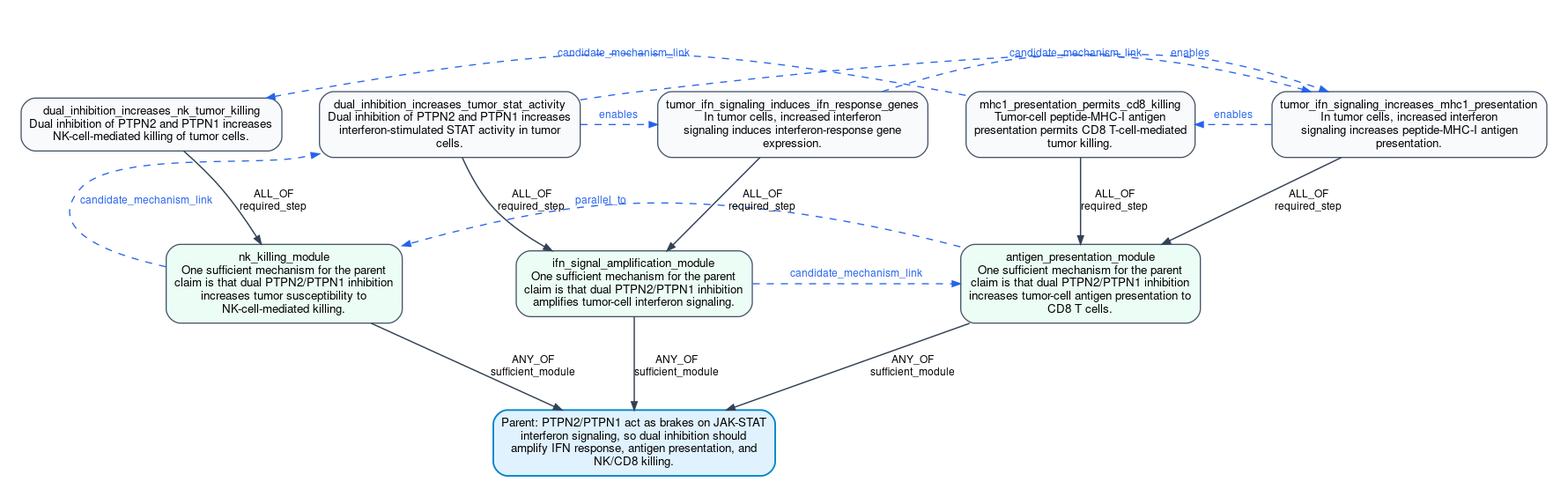
Before: assets/claim_dags/step0_live_ptpn2_ptpn1_ifn_killing.png, a diagram exported from Graphviz (eliannaqk/bioKG). Its source is kept beside it as assets/claim_dags/step0_live_ptpn2_ptpn1_ifn_killing.dot.
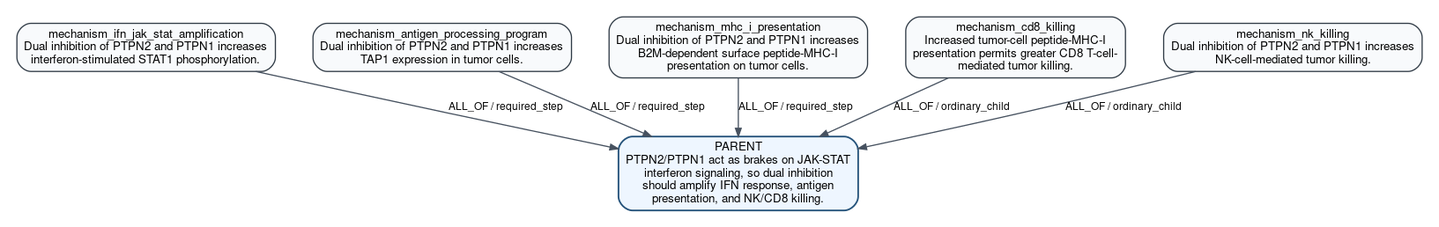
After the commit.

The edit, as a diff of the source:
```diff
@@ -1,66 +1,16 @@
 digraph G {
-  graph [rankdir=TB, bgcolor="white", pad="0.25", nodesep="0.45", ranksep="0.75", splines=true];
-  node [shape=box, style="rounded,filled", fontname="Helvetica", fontsize=10, margin="0.10,0.08", color="#475569", fillcolor="#f8fafc"];
-  edge [fontname="Helvetica", fontsize=9, color="#334155", arrowsize=0.7];
-  P [label="Parent: PTPN2/PTPN1 act as brakes on JAK-STAT
-interferon signaling, so dual inhibition should
-amplify IFN response, antigen presentation, and
-NK/CD8 killing.", fillcolor="#e0f2fe", color="#0284c7", penwidth=1.4];
-  N1 [label="ifn_signal_amplification_module
-One sufficient mechanism for the parent
-claim is that dual PTPN2/PTPN1 inhibition
-amplifies tumor-cell interferon signaling.", fillcolor="#ecfdf5"];
-  N2 [label="antigen_presentation_module
-One sufficient mechanism for the parent
-claim is that dual PTPN2/PTPN1 inhibition
-increases tumor-cell antigen presentation to
-CD8 T cells.", fillcolor="#ecfdf5"];
-  N3 [label="nk_killing_module
-One sufficient mechanism for the parent
-claim is that dual PTPN2/PTPN1 inhibition
-increases tumor susceptibility to
-NK-cell-mediated killing.", fillcolor="#ecfdf5"];
-  N4 [label="dual_inhibition_increases_tumor_stat_activity
-Dual inhibition of PTPN2 and PTPN1 increases
-interferon-stimulated STAT activity in tumor
-cells.", fillcolor="#f8fafc"];
-  N5 [label="tumor_ifn_signaling_induces_ifn_response_genes
-In tumor cells, increased interferon
-signaling induces interferon-response gene
-expression.", fillcolor="#f8fafc"];
-  N6 [label="tumor_ifn_signaling_increases_mhc1_presentation
-In tumor cells, increased interferon
-signaling increases peptide-MHC-I antigen
-presentation.", fillcolor="#f8fafc"];
-  N7 [label="mhc1_presentation_permits_cd8_killing
-Tumor-cell peptide-MHC-I antigen
-presentation permits CD8 T-cell-mediated
-tumor killing.", fillcolor="#f8fafc"];
-  N8 [label="dual_inhibition_increases_nk_tumor_killing
-Dual inhibition of PTPN2 and PTPN1 increases
-NK-cell-mediated killing of tumor cells.", fillcolor="#f8fafc"];
-  N1 -> P [label="ANY_OF
-sufficient_module", color="#334155", penwidth=1.1];
-  N2 -> P [label="ANY_OF
-sufficient_module", color="#334155", penwidth=1.1];
-  N3 -> P [label="ANY_OF
-sufficient_module", color="#334155", penwidth=1.1];
-  N4 -> N1 [label="ALL_OF
-required_step", color="#334155", penwidth=1.1];
-  N5 -> N1 [label="ALL_OF
-required_step", color="#334155", penwidth=1.1];
-  N6 -> N2 [label="ALL_OF
-required_step", color="#334155", penwidth=1.1];
-  N7 -> N2 [label="ALL_OF
-required_step", color="#334155", penwidth=1.1];
-  N8 -> N3 [label="ALL_OF
-required_step", color="#334155", penwidth=1.1];
-  N4 -> N5 [label="enables", style=dashed, color="#2563eb", fontcolor="#2563eb", constraint=false];
-  N4 -> N6 [label="enables", style=dashed, color="#2563eb", fontcolor="#2563eb", constraint=false];
-  N6 -> N7 [label="enables", style=dashed, color="#2563eb", fontcolor="#2563eb", constraint=false];
-  N2 -> N3 [label="parallel_to", style=dashed, color="#2563eb", fontcolor="#2563eb", constraint=false];
-  N1 -> N2 [label="candidate_mechanism_link", style=dashed, color="#2563eb", fontcolor="#2563eb", constraint=false];
-  N3 -> N4 [label="candidate_mechanism_link", style=dashed, color="#2563eb", fontcolor="#2563eb", constraint=false];
-  N5 -> N6 [label="candidate_mechanism_link", style=dashed, color="#2563eb", fontcolor="#2563eb", constraint=false];
-  N7 -> N8 [label="candidate_mechanism_link", style=dashed, color="#2563eb", fontcolor="#2563eb", constraint=false];
+  graph [rankdir=TB, bgcolor="white", pad="0.2", nodesep="0.45", ranksep="0.55"];
+  node [shape=box, style="rounded,filled", fontname="Helvetica", fontsize=10, margin="0.08,0.06", color="#2f3a45", fillcolor="#f8fafc"];
+  edge [fontname="Helvetica", fontsize=9, color="#46515f", arrowsize=0.7];
+  PARENT [label="PARENT\nPTPN2/PTPN1 act as brakes on JAK-STAT\ninterferon signaling, so dual inhibition\nshould amplify IFN response, antigen\npresentation, and NK/CD8 killing.", fillcolor="#eef6ff", color="#24527a", penwidth=1.4];
+  N1 [label="mechanism_ifn_jak_stat_amplification\nDual inhibition of PTPN2 and PTPN1 increases\ninterferon-stimulated STAT1 phosphorylation.", fillcolor="#f8fafc"];
+  N2 [label="mechanism_antigen_processing_program\nDual inhibition of PTPN2 and PTPN1 increases\nTAP1 expression in tumor cells.", fillcolor="#f8fafc"];
+  N3 [label="mechanism_mhc_i_presentation\nDual inhibition of PTPN2 and PTPN1 increases\nB2M-dependent surface peptide-MHC-I\npresentation on tumor cells.", fillcolor="#f8fafc"];
+  N4 [label="mechanism_cd8_killing\nIncreased tumor-cell peptide-MHC-I\npresentation permits greater CD8 T-cell-\nmediated tumor killing.", fillcolor="#f8fafc"];
+  N5 [label="mechanism_nk_killing\nDual inhibition of PTPN2 and PTPN1 increases\nNK-cell-mediated tumor killing.", fillcolor="#f8fafc"];
+  N1 -> PARENT [label="ALL_OF / required_step", color="#46515f"];
+  N2 -> PARENT [label="ALL_OF / required_step", color="#46515f"];
+  N3 -> PARENT [label="ALL_OF / required_step", color="#46515f"];
+  N4 -> PARENT [label="ALL_OF / ordinary_child", color="#46515f"];
+  N5 -> PARENT [label="ALL_OF / ordinary_child", color="#46515f"];
 }
```
